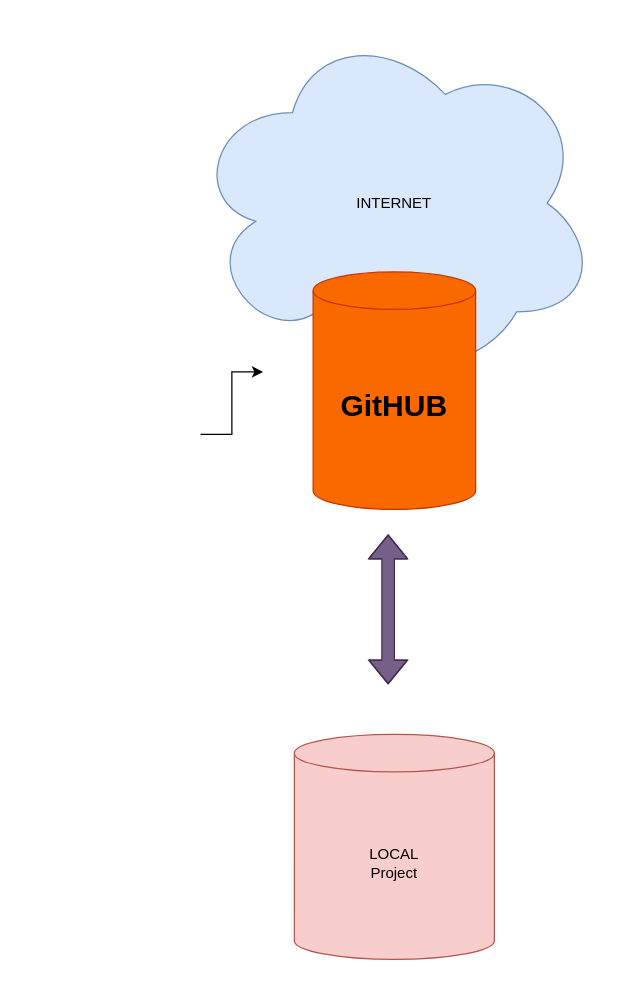
c78e12/it.step.test keeps this draw.io diagram as GIT.drawio. Above is the earlier version. Source tidied: cells renumbered, new cells numbered last; positions are measured from the earlier drawing's top-left corner, leaving out a move shared by most shapes. Both pictures are drawn from the tidied source at 125%, with x=0, y=0 at pixel (190, 21).
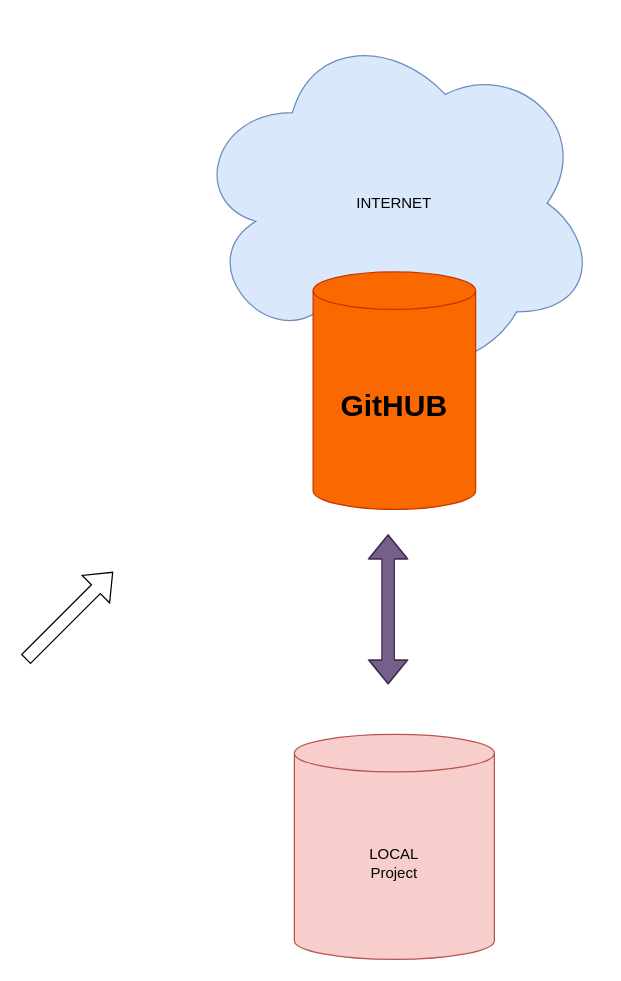
After the change.

What changed in the source:
```diff
@@
 <mxGraphModel>
   <root>
     <mxCell id="0" />
     <mxCell id="1" parent="0" />
     <mxCell id="2" value="LOCAL&lt;br&gt;Project" style="shape=cylinder3;whiteSpace=wrap;html=1;boundedLbl=1;backgroundOutline=1;size=15;fillColor=#f8cecc;strokeColor=#b85450;" parent="1" vertex="1">
       <mxGeometry x="83" y="570" width="160" height="180" as="geometry" />
     </mxCell>
     <mxCell id="3" value="INTERNET" style="ellipse;shape=cloud;whiteSpace=wrap;html=1;fillColor=#dae8fc;strokeColor=#6c8ebf;" parent="1" vertex="1">
       <mxGeometry width="326" height="290" as="geometry" />
     </mxCell>
     <mxCell id="4" value="&lt;font style=&quot;font-size: 24px&quot;&gt;&lt;b&gt;GitHUB&lt;/b&gt;&lt;/font&gt;" style="shape=cylinder3;whiteSpace=wrap;html=1;boundedLbl=1;backgroundOutline=1;size=15;fillColor=#fa6800;strokeColor=#C73500;fontColor=#000000;" parent="1" vertex="1">
       <mxGeometry x="98" y="200" width="130" height="190" as="geometry" />
     </mxCell>
     <mxCell id="5" style="shape=flexArrow;endArrow=classic;startArrow=classic;html=1;rounded=0;fontSize=24;fillColor=#76608a;strokeColor=#432D57;" parent="1" edge="1">
       <mxGeometry relative="1" as="geometry">
         <mxPoint x="158" y="530" as="sourcePoint" />
         <mxPoint x="158" y="410" as="targetPoint" />
         <Array as="points">
           <mxPoint x="158" y="470" />
         </Array>
       </mxGeometry>
     </mxCell>
-    <mxCell id="6" style="edgeStyle=elbowEdgeStyle;elbow=horizontal;endArrow=classic;html=1;rounded=0;fontSize=24;" parent="1" edge="1">
-      <mxGeometry relative="1" as="geometry">
-        <mxPoint x="8" y="330" as="sourcePoint" />
-        <mxPoint x="58" y="280" as="targetPoint" />
-      </mxGeometry>
-    </mxCell>
+    <mxCell id="7" style="shape=flexArrow;endArrow=classic;html=1;rounded=0;fontSize=24;" parent="1" edge="1">
+      <mxGeometry relative="1" as="geometry">
+        <mxPoint x="-132" y="510" as="sourcePoint" />
+        <mxPoint x="-62" y="440" as="targetPoint" />
+      </mxGeometry>
+    </mxCell>
   </root>
 </mxGraphModel>
```
